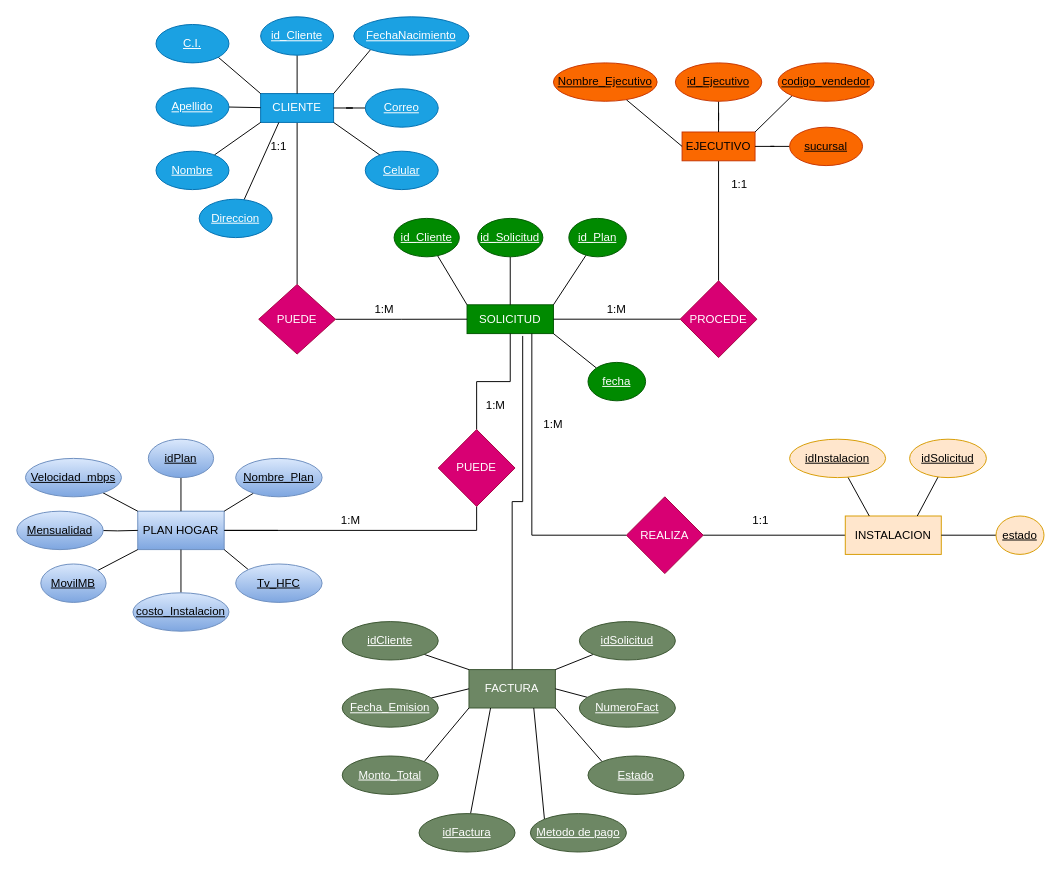
This is page "Modelo ER" (1 of 2) of Diagrama, Entidad y Relacion.drawio from Robert-VT/Proyecto-BaseDeDatos-, a draw.io file, before an edit. Source tidied: cells renumbered, new cells numbered last; positions are measured from the earlier drawing's top-left corner, leaving out a move shared by most shapes. Both pictures are drawn from the tidied source at 96%, with x=0, y=0 at pixel (16, 16).
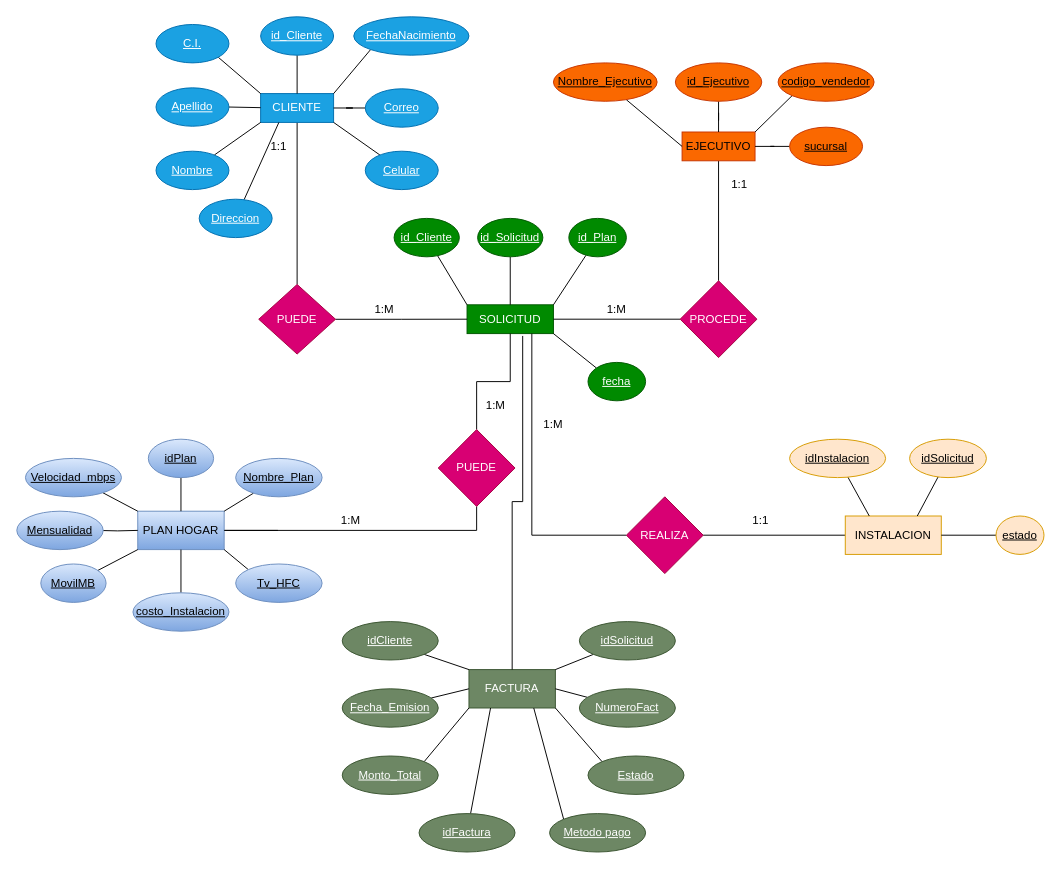
Above is the later version.

Diff of the diagram source:
```diff
@@
-    <mxCell id="94" value="Metodo de pago" style="ellipse;whiteSpace=wrap;html=1;align=center;fontStyle=20;fillColor=#6d8764;fontColor=#ffffff;strokeColor=#3A5431;" parent="1" vertex="1">
-      <mxGeometry x="535" y="830" width="100" height="40" as="geometry" />
+    <mxCell id="94" value="Metodo pago" style="ellipse;whiteSpace=wrap;html=1;align=center;fontStyle=20;fillColor=#6d8764;fontColor=#ffffff;strokeColor=#3A5431;" parent="1" vertex="1">
+      <mxGeometry x="555" y="830" width="100" height="40" as="geometry" />
     </mxCell>
```
